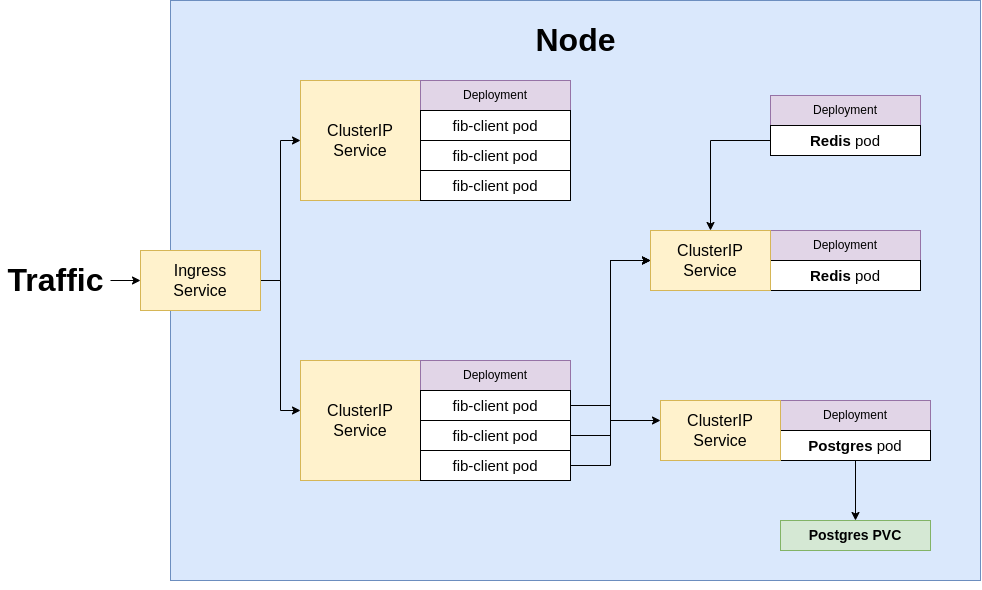
Earlier version of the draw.io export assets/diagrams/general-architecture-k8s.png (Manojlovic1998/running-multi-container-app-on-k8s). Source tidied: cells renumbered, new cells last; positions are measured from the earlier drawing's top-left corner, leaving out a move shared by most shapes. Its diagram source:
```xml
<mxGraphModel>
  <root>
    <mxCell id="0" />
    <mxCell id="1" parent="0" />
    <mxCell id="2" style="rounded=0;whiteSpace=wrap;html=1;fillColor=#dae8fc;strokeColor=#6c8ebf;" parent="1" vertex="1">
      <mxGeometry x="170" width="810" height="580" as="geometry" />
    </mxCell>
    <mxCell id="3" style="edgeStyle=orthogonalEdgeStyle;rounded=0;jettySize=auto;html=1;entryX=0;entryY=0.5;entryDx=0;entryDy=0;" parent="1" edge="1" source="5" target="6">
      <mxGeometry relative="1" as="geometry" />
    </mxCell>
    <mxCell id="4" style="edgeStyle=orthogonalEdgeStyle;rounded=0;jettySize=auto;html=1;" parent="1" edge="1" source="5" target="7">
      <mxGeometry relative="1" as="geometry">
        <Array as="points">
          <mxPoint x="280" y="280" />
          <mxPoint x="280" y="410" />
        </Array>
      </mxGeometry>
    </mxCell>
    <mxCell id="5" value="Ingress&lt;br style=&quot;font-size: 16px;&quot;&gt;Service" style="rounded=0;whiteSpace=wrap;html=1;fillColor=#fff2cc;strokeColor=#d6b656;fontSize=16;" parent="1" vertex="1">
      <mxGeometry x="140" y="250" width="120" height="60" as="geometry" />
    </mxCell>
    <mxCell id="6" value="ClusterIP&lt;br style=&quot;font-size: 16px;&quot;&gt;Service" style="rounded=0;whiteSpace=wrap;html=1;fillColor=#fff2cc;strokeColor=#d6b656;fontSize=16;" parent="1" vertex="1">
      <mxGeometry x="300" y="80" width="120" height="120" as="geometry" />
    </mxCell>
    <mxCell id="7" value="ClusterIP&lt;br style=&quot;font-size: 16px;&quot;&gt;Service" style="rounded=0;whiteSpace=wrap;html=1;fillColor=#fff2cc;strokeColor=#d6b656;fontSize=16;" parent="1" vertex="1">
      <mxGeometry x="300" y="360" width="120" height="120" as="geometry" />
    </mxCell>
    <mxCell id="8" value="Deployment" style="rounded=0;whiteSpace=wrap;html=1;fillColor=#e1d5e7;strokeColor=#9673a6;" parent="1" vertex="1">
      <mxGeometry x="420" y="80" width="150" height="30" as="geometry" />
    </mxCell>
    <mxCell id="9" value="fib-client pod" style="rounded=0;whiteSpace=wrap;html=1;fontSize=15;" parent="1" vertex="1">
      <mxGeometry x="420" y="110" width="150" height="30" as="geometry" />
    </mxCell>
    <mxCell id="10" value="fib-client pod" style="rounded=0;whiteSpace=wrap;html=1;fontSize=15;" parent="1" vertex="1">
      <mxGeometry x="420" y="140" width="150" height="30" as="geometry" />
    </mxCell>
    <mxCell id="11" value="fib-client pod" style="rounded=0;whiteSpace=wrap;html=1;fontSize=15;" parent="1" vertex="1">
      <mxGeometry x="420" y="170" width="150" height="30" as="geometry" />
    </mxCell>
    <mxCell id="12" value="Deployment" style="rounded=0;whiteSpace=wrap;html=1;fillColor=#e1d5e7;strokeColor=#9673a6;" parent="1" vertex="1">
      <mxGeometry x="420" y="360" width="150" height="30" as="geometry" />
    </mxCell>
    <mxCell id="13" style="edgeStyle=orthogonalEdgeStyle;rounded=0;jettySize=auto;html=1;entryX=0;entryY=0.5;entryDx=0;entryDy=0;" parent="1" edge="1" source="14" target="24">
      <mxGeometry relative="1" as="geometry" />
    </mxCell>
    <mxCell id="14" value="fib-client pod" style="rounded=0;whiteSpace=wrap;html=1;fontSize=15;" parent="1" vertex="1">
      <mxGeometry x="420" y="390" width="150" height="30" as="geometry" />
    </mxCell>
    <mxCell id="15" style="edgeStyle=orthogonalEdgeStyle;rounded=0;jettySize=auto;html=1;entryX=0;entryY=0.5;entryDx=0;entryDy=0;" parent="1" edge="1" source="17" target="24">
      <mxGeometry relative="1" as="geometry" />
    </mxCell>
    <mxCell id="16" style="edgeStyle=orthogonalEdgeStyle;rounded=0;jettySize=auto;html=1;fontSize=14;" parent="1" edge="1" source="17" target="31">
      <mxGeometry relative="1" as="geometry">
        <Array as="points">
          <mxPoint x="610" y="435" />
          <mxPoint x="610" y="420" />
        </Array>
      </mxGeometry>
    </mxCell>
    <mxCell id="17" value="fib-client pod" style="rounded=0;whiteSpace=wrap;html=1;fontSize=15;" parent="1" vertex="1">
      <mxGeometry x="420" y="420" width="150" height="30" as="geometry" />
    </mxCell>
    <mxCell id="18" style="edgeStyle=orthogonalEdgeStyle;rounded=0;jettySize=auto;html=1;" parent="1" edge="1" source="19" target="24">
      <mxGeometry relative="1" as="geometry">
        <Array as="points">
          <mxPoint x="610" y="465" />
          <mxPoint x="610" y="260" />
        </Array>
      </mxGeometry>
    </mxCell>
    <mxCell id="19" value="fib-client pod" style="rounded=0;whiteSpace=wrap;html=1;fontSize=15;" parent="1" vertex="1">
      <mxGeometry x="420" y="450" width="150" height="30" as="geometry" />
    </mxCell>
    <mxCell id="20" style="edgeStyle=orthogonalEdgeStyle;rounded=0;jettySize=auto;html=1;" parent="1" edge="1" source="21" target="5">
      <mxGeometry relative="1" as="geometry" />
    </mxCell>
    <mxCell id="21" value="Traffic" style="text;html=1;align=center;verticalAlign=middle;points=[];strokeColor=none;fillColor=none;fontStyle=1;fontSize=32;" parent="1" vertex="1">
      <mxGeometry y="260" width="110" height="40" as="geometry" />
    </mxCell>
    <mxCell id="22" value="Deployment" style="rounded=0;whiteSpace=wrap;html=1;fillColor=#e1d5e7;strokeColor=#9673a6;" parent="1" vertex="1">
      <mxGeometry x="770" y="230" width="150" height="30" as="geometry" />
    </mxCell>
    <mxCell id="23" value="&lt;b style=&quot;font-size: 15px;&quot;&gt;Redis&lt;/b&gt; pod" style="rounded=0;whiteSpace=wrap;html=1;fontSize=15;" parent="1" vertex="1">
      <mxGeometry x="770" y="260" width="150" height="30" as="geometry" />
    </mxCell>
    <mxCell id="24" value="ClusterIP&lt;br style=&quot;font-size: 16px;&quot;&gt;Service" style="rounded=0;whiteSpace=wrap;html=1;fillColor=#fff2cc;strokeColor=#d6b656;fontSize=16;" parent="1" vertex="1">
      <mxGeometry x="650" y="230" width="120" height="60" as="geometry" />
    </mxCell>
    <mxCell id="25" value="Deployment" style="rounded=0;whiteSpace=wrap;html=1;fillColor=#e1d5e7;strokeColor=#9673a6;" parent="1" vertex="1">
      <mxGeometry x="770" y="95" width="150" height="30" as="geometry" />
    </mxCell>
    <mxCell id="26" style="edgeStyle=orthogonalEdgeStyle;rounded=0;jettySize=auto;html=1;entryX=0.5;entryY=0;entryDx=0;entryDy=0;" parent="1" edge="1" source="27" target="24">
      <mxGeometry relative="1" as="geometry">
        <Array as="points">
          <mxPoint x="710" y="140" />
        </Array>
      </mxGeometry>
    </mxCell>
    <mxCell id="27" value="&lt;b style=&quot;font-size: 15px;&quot;&gt;Redis&lt;/b&gt; pod" style="rounded=0;whiteSpace=wrap;html=1;fontSize=15;" parent="1" vertex="1">
      <mxGeometry x="770" y="125" width="150" height="30" as="geometry" />
    </mxCell>
    <mxCell id="28" value="Deployment" style="rounded=0;whiteSpace=wrap;html=1;fillColor=#e1d5e7;strokeColor=#9673a6;" parent="1" vertex="1">
      <mxGeometry x="780" y="400" width="150" height="30" as="geometry" />
    </mxCell>
    <mxCell id="29" style="edgeStyle=orthogonalEdgeStyle;rounded=0;jettySize=auto;html=1;" parent="1" edge="1" source="30" target="32">
      <mxGeometry relative="1" as="geometry" />
    </mxCell>
    <mxCell id="30" value="&lt;b style=&quot;font-size: 15px;&quot;&gt;Postgres &lt;/b&gt;pod" style="rounded=0;whiteSpace=wrap;html=1;fontSize=15;" parent="1" vertex="1">
      <mxGeometry x="780" y="430" width="150" height="30" as="geometry" />
    </mxCell>
    <mxCell id="31" value="ClusterIP&lt;br style=&quot;font-size: 16px;&quot;&gt;Service" style="rounded=0;whiteSpace=wrap;html=1;fillColor=#fff2cc;strokeColor=#d6b656;fontSize=16;" parent="1" vertex="1">
      <mxGeometry x="660" y="400" width="120" height="60" as="geometry" />
    </mxCell>
    <mxCell id="32" value="Postgres PVC" style="rounded=0;whiteSpace=wrap;html=1;fillColor=#d5e8d4;strokeColor=#82b366;fontSize=14;fontStyle=1;" parent="1" vertex="1">
      <mxGeometry x="780" y="520" width="150" height="30" as="geometry" />
    </mxCell>
    <mxCell id="33" value="&lt;b style=&quot;font-size: 32px;&quot;&gt;Node&lt;/b&gt;" style="text;html=1;align=center;verticalAlign=middle;strokeColor=none;fillColor=none;fontSize=32;" parent="1" vertex="1">
      <mxGeometry x="525" y="20" width="100" height="40" as="geometry" />
    </mxCell>
    <mxCell id="34" style="edgeStyle=orthogonalEdgeStyle;rounded=0;orthogonalLoop=1;jettySize=auto;html=1;exitX=0.5;exitY=1;exitDx=0;exitDy=0;fontSize=14;" parent="1" edge="1" source="2" target="2">
      <mxGeometry relative="1" as="geometry" />
    </mxCell>
  </root>
</mxGraphModel>
```
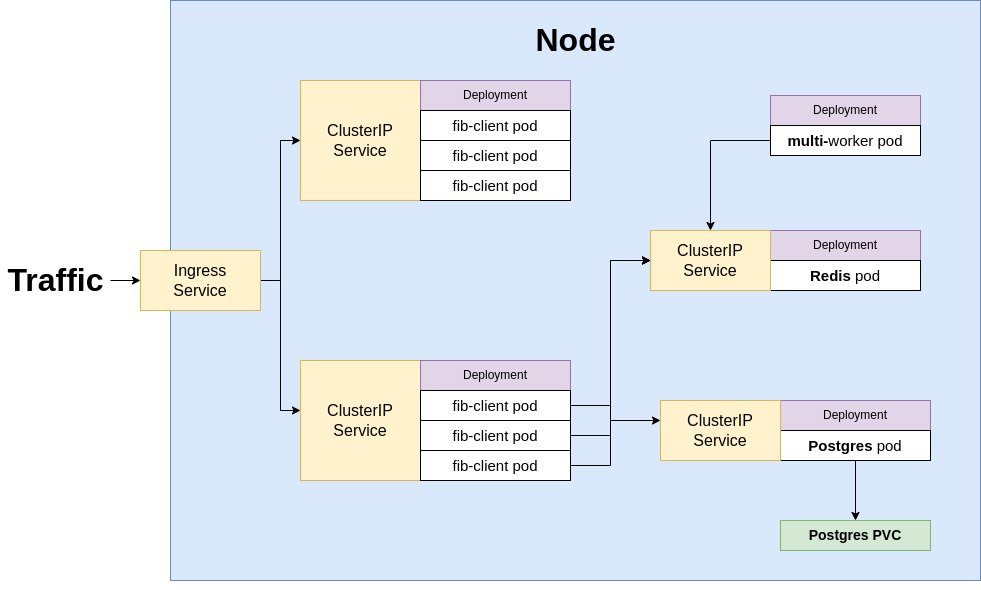
After the commit.

Commit message:
Update general architecture k8s diagram

What changed in the source:
```diff
@@ -96,7 +96,7 @@
         </Array>
       </mxGeometry>
     </mxCell>
-    <mxCell id="27" value="&lt;b style=&quot;font-size: 15px;&quot;&gt;Redis&lt;/b&gt; pod" style="rounded=0;whiteSpace=wrap;html=1;fontSize=15;" parent="1" vertex="1">
+    <mxCell id="27" value="&lt;b style=&quot;font-size: 15px&quot;&gt;multi-&lt;/b&gt;&lt;span style=&quot;font-size: 15px&quot;&gt;worker&lt;/span&gt;&amp;nbsp;pod" style="rounded=0;whiteSpace=wrap;html=1;fontSize=15;" parent="1" vertex="1">
       <mxGeometry x="770" y="125" width="150" height="30" as="geometry" />
     </mxCell>
     <mxCell id="28" value="Deployment" style="rounded=0;whiteSpace=wrap;html=1;fillColor=#e1d5e7;strokeColor=#9673a6;" parent="1" vertex="1">
```
